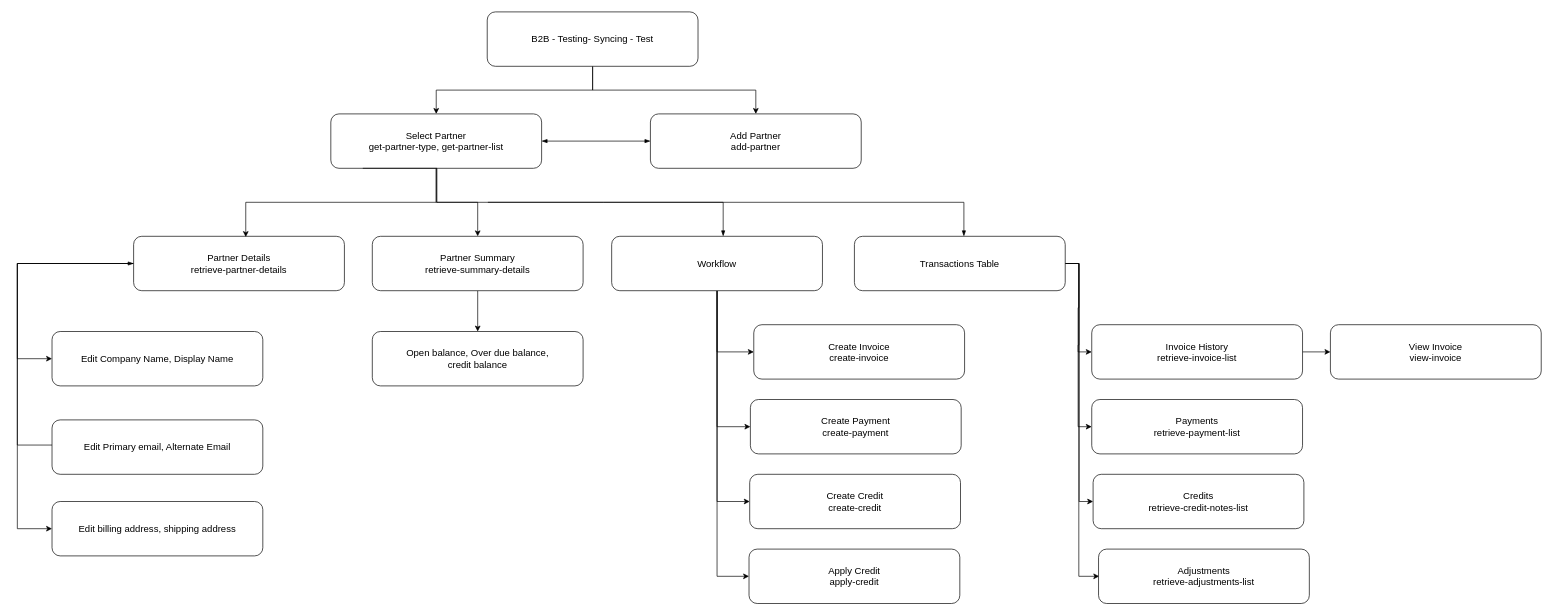
Above: github-test.drawio in msgtobala/draw-io (draw.io), before the change. Source tidied: cells renumbered, new cells numbered last; positions are measured from the earlier drawing's top-left corner, leaving out a move shared by most shapes. Both pictures are drawn from the tidied source at 68%, with x=0, y=0 at pixel (17, 12).
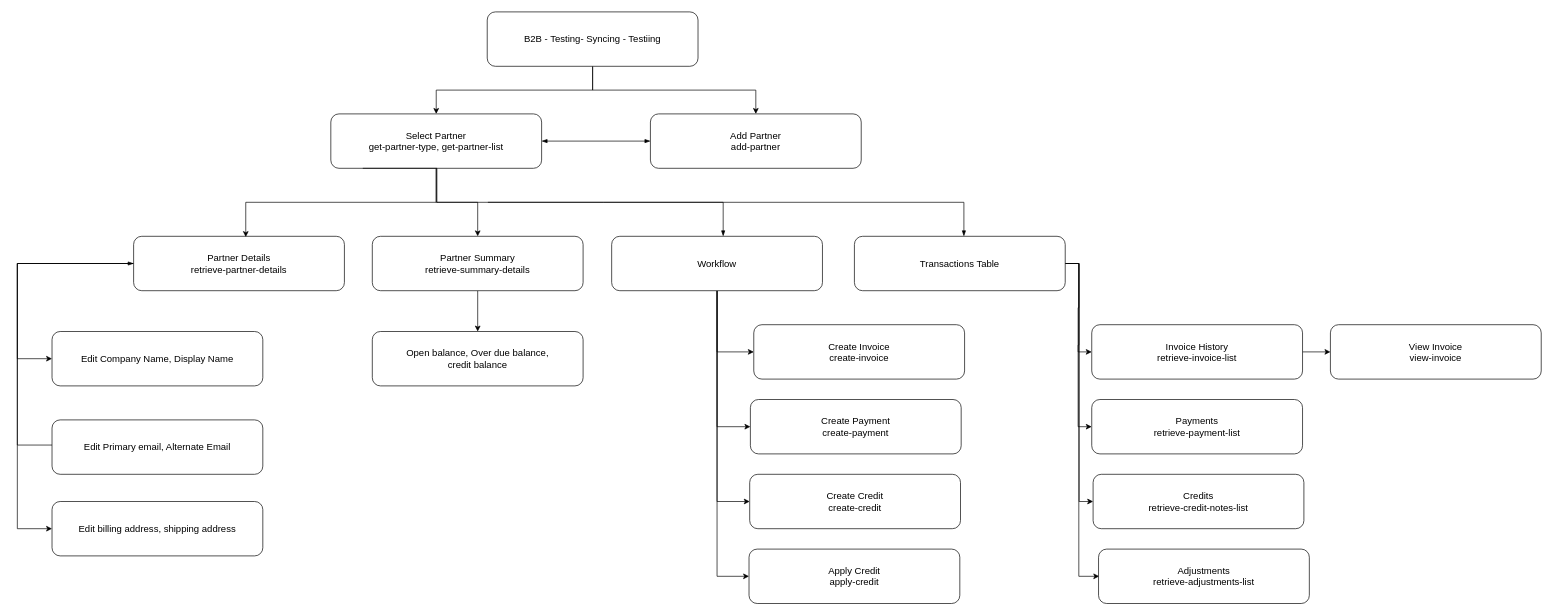
After the change.

Diff of the diagram source:
```diff
@@
-    <mxCell id="4" value="&lt;font style=&quot;font-size: 14px;&quot;&gt;B2B - Testing- Syncing - Test&lt;/font&gt;" style="rounded=1;whiteSpace=wrap;html=1;" parent="1" vertex="1">
+    <mxCell id="4" value="&lt;font style=&quot;font-size: 14px;&quot;&gt;B2B - Testing- Syncing - Testiing&lt;/font&gt;" style="rounded=1;whiteSpace=wrap;html=1;" parent="1" vertex="1">
       <mxGeometry x="691" width="310" height="80" as="geometry" />
     </mxCell>
```
